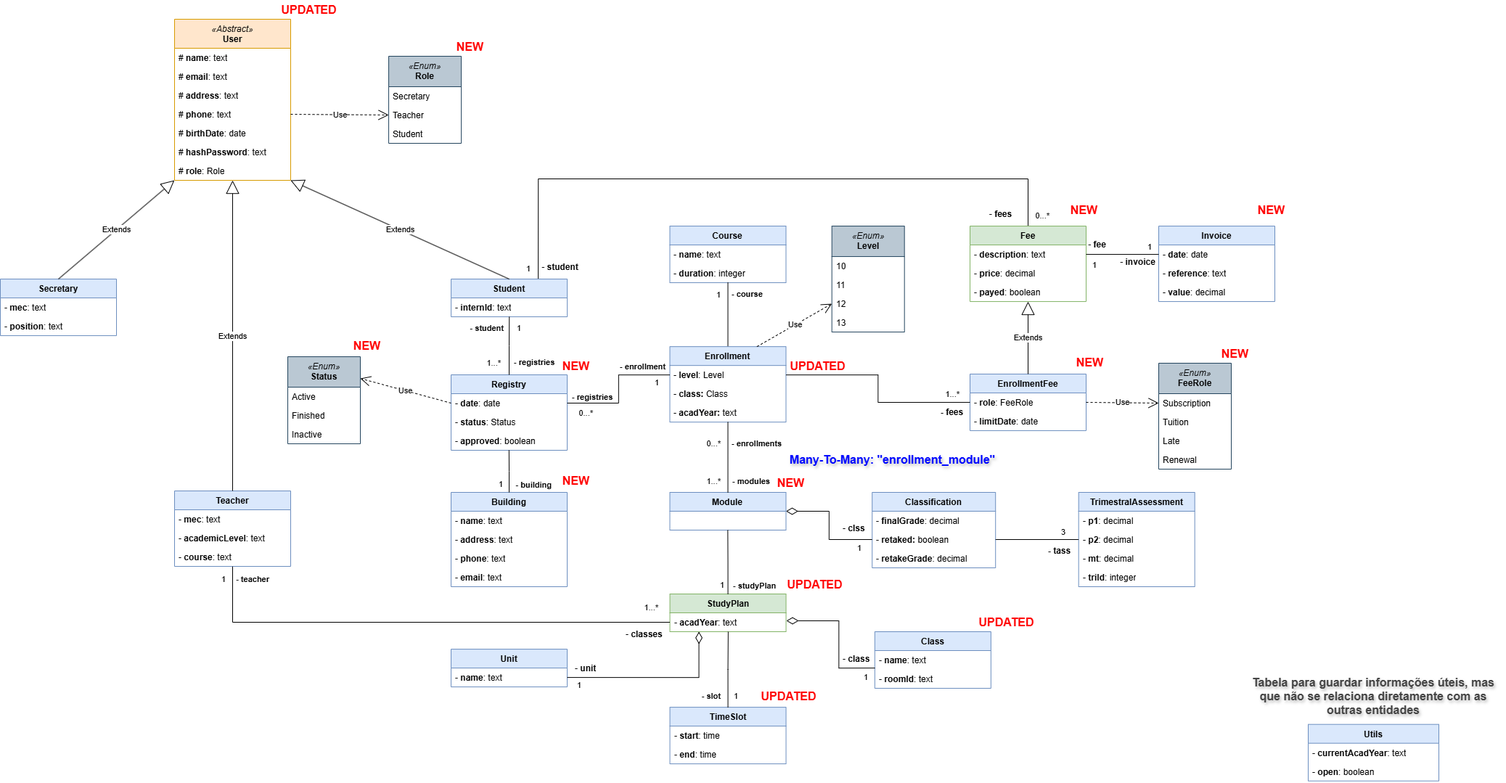
Before: documentation/data-model.drawio.png, a diagram exported from draw.io (Joaquim-Claudio/Imptel-Online_P.D.S-2024-2025). Source tidied: cells renumbered, new cells last; positions are measured from the earlier drawing's top-left corner, leaving out a move shared by most shapes.
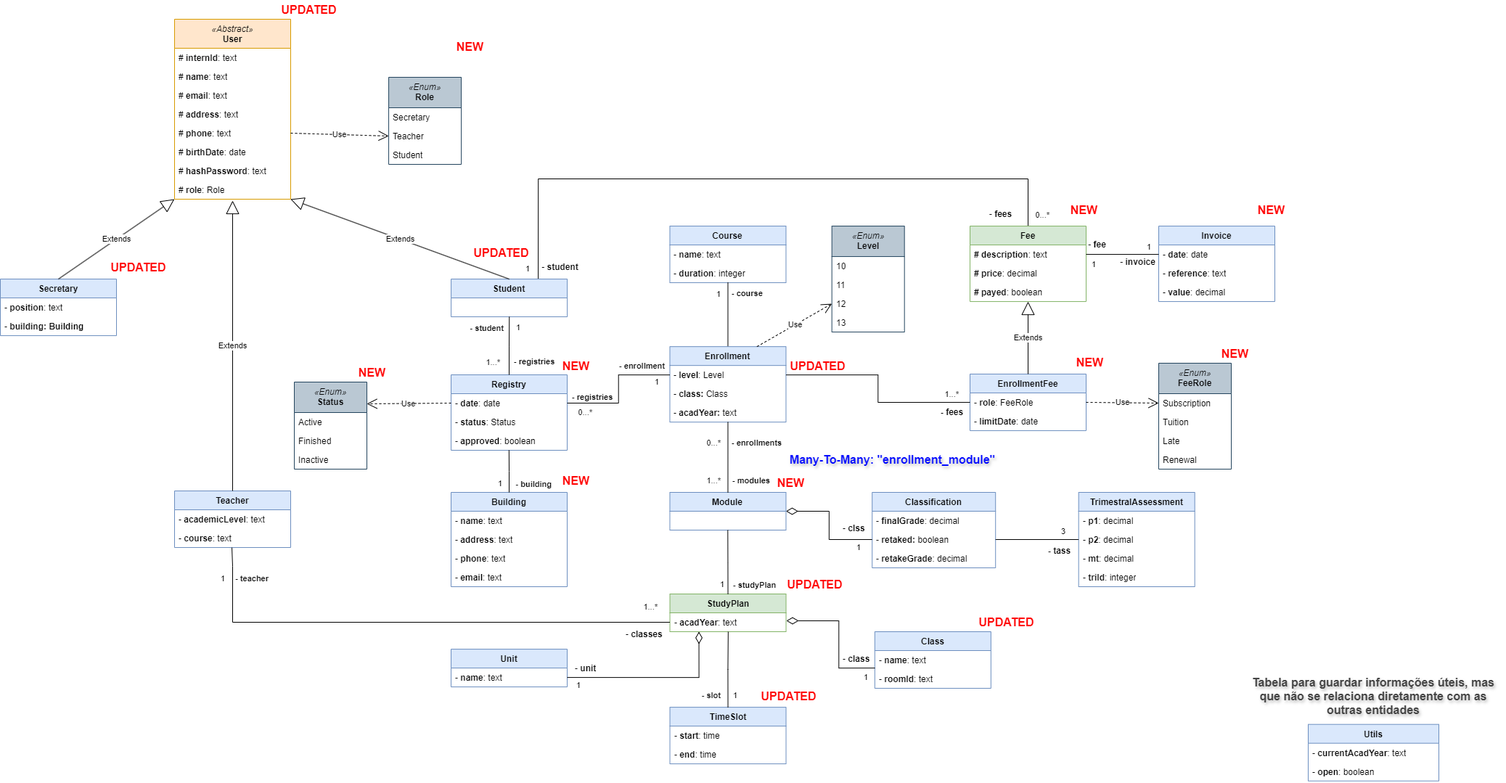
The same diagram one commit later.

The edit, as a diff of the source:
```diff
@@ -3,38 +3,41 @@
     <mxCell id="0" />
     <mxCell id="1" parent="0" />
     <mxCell id="2" value="&lt;div&gt;&lt;i style=&quot;font-weight: normal;&quot;&gt;«Abstract»&lt;/i&gt;&lt;/div&gt;User" style="swimlane;fontStyle=1;align=center;verticalAlign=top;horizontal=1;startSize=40;whiteSpace=wrap;html=1;fillColor=#ffe6cc;strokeColor=#d79b00;" parent="1" vertex="1">
-      <mxGeometry x="240" y="26" width="160" height="222" as="geometry" />
+      <mxGeometry x="240" y="26" width="160" height="248" as="geometry" />
     </mxCell>
+    <mxCell id="168" value="#&lt;b&gt; internId&lt;/b&gt;: text" style="text;strokeColor=none;fillColor=none;align=left;verticalAlign=top;spacingLeft=4;spacingRight=4;overflow=hidden;whiteSpace=wrap;html=1;" parent="2" vertex="1">
+      <mxGeometry y="40" width="160" height="26" as="geometry" />
+    </mxCell>
     <mxCell id="3" value="# &lt;b&gt;name&lt;/b&gt;: text" style="text;strokeColor=none;fillColor=none;align=left;verticalAlign=top;spacingLeft=4;spacingRight=4;overflow=hidden;whiteSpace=wrap;html=1;" parent="2" vertex="1">
-      <mxGeometry y="40" width="160" height="26" as="geometry" />
+      <mxGeometry y="66" width="160" height="26" as="geometry" />
     </mxCell>
     <mxCell id="4" value="# &lt;b&gt;email&lt;/b&gt;: text" style="text;strokeColor=none;fillColor=none;align=left;verticalAlign=top;spacingLeft=4;spacingRight=4;overflow=hidden;whiteSpace=wrap;html=1;" parent="2" vertex="1">
-      <mxGeometry y="66" width="160" height="26" as="geometry" />
+      <mxGeometry y="92" width="160" height="26" as="geometry" />
     </mxCell>
     <mxCell id="5" value="# &lt;b&gt;address&lt;/b&gt;: text" style="text;strokeColor=none;fillColor=none;align=left;verticalAlign=top;spacingLeft=4;spacingRight=4;overflow=hidden;whiteSpace=wrap;html=1;" parent="2" vertex="1">
-      <mxGeometry y="92" width="160" height="26" as="geometry" />
+      <mxGeometry y="118" width="160" height="26" as="geometry" />
     </mxCell>
     <mxCell id="6" value="# &lt;b&gt;phone&lt;/b&gt;: text" style="text;strokeColor=none;fillColor=none;align=left;verticalAlign=top;spacingLeft=4;spacingRight=4;overflow=hidden;points=[[0,0.5],[1,0.5]];portConstraint=eastwest;whiteSpace=wrap;html=1;" parent="2" vertex="1">
-      <mxGeometry y="118" width="160" height="26" as="geometry" />
+      <mxGeometry y="144" width="160" height="26" as="geometry" />
     </mxCell>
     <mxCell id="7" value="# &lt;b&gt;birthDate&lt;/b&gt;: date" style="text;strokeColor=none;fillColor=none;align=left;verticalAlign=top;spacingLeft=4;spacingRight=4;overflow=hidden;whiteSpace=wrap;html=1;" parent="2" vertex="1">
-      <mxGeometry y="144" width="160" height="26" as="geometry" />
+      <mxGeometry y="170" width="160" height="26" as="geometry" />
     </mxCell>
     <mxCell id="8" value="# &lt;b&gt;hashPassword&lt;/b&gt;: text" style="text;strokeColor=none;fillColor=none;align=left;verticalAlign=top;spacingLeft=4;spacingRight=4;overflow=hidden;whiteSpace=wrap;html=1;" parent="2" vertex="1">
-      <mxGeometry y="170" width="160" height="26" as="geometry" />
+      <mxGeometry y="196" width="160" height="26" as="geometry" />
     </mxCell>
     <mxCell id="9" value="# &lt;b&gt;role&lt;/b&gt;: Role" style="text;strokeColor=none;fillColor=none;align=left;verticalAlign=top;spacingLeft=4;spacingRight=4;overflow=hidden;points=[[0,0.5],[1,0.5]];portConstraint=eastwest;whiteSpace=wrap;html=1;" parent="2" vertex="1">
-      <mxGeometry y="196" width="160" height="26" as="geometry" />
+      <mxGeometry y="222" width="160" height="26" as="geometry" />
     </mxCell>
     <mxCell id="10" value="Secretary" style="swimlane;fontStyle=1;align=center;verticalAlign=top;horizontal=1;startSize=26;whiteSpace=wrap;html=1;fillColor=#dae8fc;strokeColor=#6c8ebf;" parent="1" vertex="1">
       <mxGeometry y="384.1" width="160" height="78" as="geometry" />
     </mxCell>
-    <mxCell id="11" value="- &lt;b&gt;mec&lt;/b&gt;: text" style="text;strokeColor=none;fillColor=none;align=left;verticalAlign=top;spacingLeft=4;spacingRight=4;overflow=hidden;whiteSpace=wrap;html=1;" parent="10" vertex="1">
-      <mxGeometry y="26" width="160" height="26" as="geometry" />
-    </mxCell>
     <mxCell id="12" value="- &lt;b&gt;position&lt;/b&gt;: text" style="text;strokeColor=none;fillColor=none;align=left;verticalAlign=top;spacingLeft=4;spacingRight=4;overflow=hidden;whiteSpace=wrap;html=1;" parent="10" vertex="1">
-      <mxGeometry y="52" width="160" height="26" as="geometry" />
+      <mxGeometry y="26" width="160" height="26" as="geometry" />
     </mxCell>
+    <mxCell id="169" value="- &lt;b&gt;building: Building&lt;/b&gt;" style="text;strokeColor=none;fillColor=none;align=left;verticalAlign=top;spacingLeft=4;spacingRight=4;overflow=hidden;whiteSpace=wrap;html=1;" parent="10" vertex="1">
+      <mxGeometry y="52" width="160" height="26" as="geometry" />
+    </mxCell>
     <mxCell id="13" style="edgeStyle=orthogonalEdgeStyle;rounded=0;jettySize=auto;html=1;exitX=0.75;exitY=0;exitDx=0;exitDy=0;entryX=0.5;entryY=0;entryDx=0;entryDy=0;endArrow=none;endFill=0;" parent="1" edge="1" source="14" target="116">
       <mxGeometry relative="1" as="geometry">
         <Array as="points">
@@ -46,20 +49,14 @@
     <mxCell id="14" value="Student" style="swimlane;fontStyle=1;align=center;verticalAlign=top;horizontal=1;startSize=26;whiteSpace=wrap;html=1;fillColor=#dae8fc;strokeColor=#6c8ebf;" parent="1" vertex="1">
       <mxGeometry x="621.1" y="384.1" width="160" height="52" as="geometry" />
     </mxCell>
-    <mxCell id="15" value="-&lt;b&gt; internId&lt;/b&gt;: text" style="text;strokeColor=none;fillColor=none;align=left;verticalAlign=top;spacingLeft=4;spacingRight=4;overflow=hidden;points=[[0,0.5],[1,0.5]];portConstraint=eastwest;whiteSpace=wrap;html=1;" parent="14" vertex="1">
-      <mxGeometry y="26" width="160" height="26" as="geometry" />
-    </mxCell>
     <mxCell id="16" value="Teacher" style="swimlane;fontStyle=1;align=center;verticalAlign=top;horizontal=1;startSize=26;whiteSpace=wrap;html=1;fillColor=#dae8fc;strokeColor=#6c8ebf;" parent="1" vertex="1">
-      <mxGeometry x="240" y="676" width="160" height="104" as="geometry" />
+      <mxGeometry x="240" y="676" width="160" height="78" as="geometry" />
     </mxCell>
-    <mxCell id="17" value="- &lt;b&gt;mec&lt;/b&gt;: text&amp;nbsp;" style="text;strokeColor=none;fillColor=none;align=left;verticalAlign=top;spacingLeft=4;spacingRight=4;overflow=hidden;whiteSpace=wrap;html=1;" parent="16" vertex="1">
-      <mxGeometry y="26" width="160" height="26" as="geometry" />
-    </mxCell>
     <mxCell id="18" value="- &lt;b&gt;academicLevel&lt;/b&gt;: text&amp;nbsp;" style="text;strokeColor=none;fillColor=none;align=left;verticalAlign=top;spacingLeft=4;spacingRight=4;overflow=hidden;whiteSpace=wrap;html=1;" parent="16" vertex="1">
-      <mxGeometry y="52" width="160" height="26" as="geometry" />
+      <mxGeometry y="26" width="160" height="26" as="geometry" />
     </mxCell>
     <mxCell id="19" value="- &lt;b&gt;course&lt;/b&gt;: text&amp;nbsp;" style="text;strokeColor=none;fillColor=none;align=left;verticalAlign=top;spacingLeft=4;spacingRight=4;overflow=hidden;points=[[0,0.5],[1,0.5]];portConstraint=eastwest;whiteSpace=wrap;html=1;" parent="16" vertex="1">
-      <mxGeometry y="78" width="160" height="26" as="geometry" />
+      <mxGeometry y="52" width="160" height="26" as="geometry" />
     </mxCell>
     <mxCell id="20" value="StudyPlan" style="swimlane;fontStyle=1;align=center;verticalAlign=top;horizontal=1;startSize=26;whiteSpace=wrap;html=1;fillColor=#d5e8d4;strokeColor=#82b366;" parent="1" vertex="1">
       <mxGeometry x="922.5" y="818" width="160" height="52" as="geometry" />
@@ -112,8 +109,10 @@
     <mxCell id="36" value="Extends" style="endArrow=block;endSize=16;endFill=0;html=1;rounded=0;exitX=0.5;exitY=0;exitDx=0;exitDy=0;entryX=0.999;entryY=1;entryDx=0;entryDy=0;entryPerimeter=0;" parent="1" edge="1" source="14" target="9">
       <mxGeometry relative="1" as="geometry" />
     </mxCell>
-    <mxCell id="37" value="Extends" style="endArrow=block;endSize=16;endFill=0;html=1;rounded=0;exitX=0.5;exitY=0;exitDx=0;exitDy=0;entryX=0.5;entryY=1.003;entryDx=0;entryDy=0;entryPerimeter=0;" parent="1" edge="1" source="16" target="9">
-      <mxGeometry relative="1" as="geometry" />
+    <mxCell id="37" value="Extends" style="endArrow=block;endSize=16;endFill=0;html=1;rounded=0;exitX=0.5;exitY=0;exitDx=0;exitDy=0;" parent="1" edge="1" source="16">
+      <mxGeometry relative="1" as="geometry">
+        <mxPoint x="320" y="276" as="targetPoint" />
+      </mxGeometry>
     </mxCell>
     <mxCell id="38" value="Classification" style="swimlane;fontStyle=1;align=center;verticalAlign=top;horizontal=1;startSize=26;whiteSpace=wrap;html=1;fillColor=#dae8fc;strokeColor=#6c8ebf;" parent="1" vertex="1">
       <mxGeometry x="1201.2" y="678" width="170" height="104" as="geometry" />
@@ -216,8 +215,10 @@
     <mxCell id="70" value="0...*" style="edgeLabel;html=1;align=right;verticalAlign=bottom;" parent="1" vertex="1">
       <mxGeometry x="816" y="576" as="geometry" />
     </mxCell>
-    <mxCell id="71" style="endArrow=none;html=1;edgeStyle=orthogonalEdgeStyle;rounded=0;entryX=0.501;entryY=1.001;entryDx=0;entryDy=0;entryPerimeter=0;exitX=0.5;exitY=0;exitDx=0;exitDy=0;" parent="1" edge="1" source="66" target="15">
-      <mxGeometry relative="1" as="geometry" />
+    <mxCell id="71" style="endArrow=none;html=1;edgeStyle=orthogonalEdgeStyle;rounded=0;entryX=0.501;entryY=1.001;entryDx=0;entryDy=0;entryPerimeter=0;exitX=0.5;exitY=0;exitDx=0;exitDy=0;" parent="1" edge="1" source="66">
+      <mxGeometry relative="1" as="geometry">
+        <mxPoint x="701.2" y="436.1" as="targetPoint" />
+      </mxGeometry>
     </mxCell>
     <mxCell id="72" value="- &lt;b&gt;registries&lt;/b&gt;" style="edgeLabel;html=1;align=left;verticalAlign=bottom;" parent="71" vertex="1">
       <mxGeometry x="-1" relative="1" as="geometry">
@@ -268,7 +269,7 @@
       <mxGeometry x="997.5" y="813" as="geometry" />
     </mxCell>
     <mxCell id="84" value="&lt;div&gt;&lt;i style=&quot;font-weight: normal;&quot;&gt;«Enum»&lt;/i&gt;&lt;/div&gt;&lt;div&gt;&lt;span style=&quot;text-align: left;&quot;&gt;Role&lt;/span&gt;&lt;/div&gt;" style="swimlane;fontStyle=1;align=center;verticalAlign=top;horizontal=1;startSize=42;whiteSpace=wrap;html=1;fillColor=#bac8d3;strokeColor=#23445d;" parent="1" vertex="1">
-      <mxGeometry x="535.1" y="77" width="100" height="120" as="geometry" />
+      <mxGeometry x="535.1" y="106" width="100" height="120" as="geometry" />
     </mxCell>
     <mxCell id="85" value="Secretary" style="text;strokeColor=none;fillColor=none;align=left;verticalAlign=top;spacingLeft=4;spacingRight=4;overflow=hidden;whiteSpace=wrap;html=1;" parent="84" vertex="1">
       <mxGeometry y="42" width="100" height="26" as="geometry" />
@@ -378,13 +379,13 @@
     <mxCell id="116" value="Fee" style="swimlane;fontStyle=1;align=center;verticalAlign=top;horizontal=1;startSize=26;whiteSpace=wrap;html=1;fillColor=#d5e8d4;strokeColor=#82b366;" parent="1" vertex="1">
       <mxGeometry x="1336" y="311.1" width="160" height="104" as="geometry" />
     </mxCell>
-    <mxCell id="117" value="- &lt;b&gt;description&lt;/b&gt;: text" style="text;strokeColor=none;fillColor=none;align=left;verticalAlign=top;spacingLeft=4;spacingRight=4;overflow=hidden;points=[[0,0.5],[1,0.5]];portConstraint=eastwest;whiteSpace=wrap;html=1;" parent="116" vertex="1">
+    <mxCell id="117" value="&lt;b&gt;# description&lt;/b&gt;: text" style="text;strokeColor=none;fillColor=none;align=left;verticalAlign=top;spacingLeft=4;spacingRight=4;overflow=hidden;points=[[0,0.5],[1,0.5]];portConstraint=eastwest;whiteSpace=wrap;html=1;" parent="116" vertex="1">
       <mxGeometry y="26" width="160" height="26" as="geometry" />
     </mxCell>
-    <mxCell id="118" value="- &lt;b&gt;price&lt;/b&gt;: decimal" style="text;strokeColor=none;fillColor=none;align=left;verticalAlign=top;spacingLeft=4;spacingRight=4;overflow=hidden;whiteSpace=wrap;html=1;" parent="116" vertex="1">
+    <mxCell id="118" value="&lt;b&gt;# price&lt;/b&gt;: decimal" style="text;strokeColor=none;fillColor=none;align=left;verticalAlign=top;spacingLeft=4;spacingRight=4;overflow=hidden;whiteSpace=wrap;html=1;" parent="116" vertex="1">
       <mxGeometry y="52" width="160" height="26" as="geometry" />
     </mxCell>
-    <mxCell id="119" value="- &lt;b&gt;payed&lt;/b&gt;: boolean" style="text;strokeColor=none;fillColor=none;align=left;verticalAlign=top;spacingLeft=4;spacingRight=4;overflow=hidden;whiteSpace=wrap;html=1;" parent="116" vertex="1">
+    <mxCell id="119" value="&lt;b&gt;# payed&lt;/b&gt;: boolean" style="text;strokeColor=none;fillColor=none;align=left;verticalAlign=top;spacingLeft=4;spacingRight=4;overflow=hidden;whiteSpace=wrap;html=1;" parent="116" vertex="1">
       <mxGeometry y="78" width="160" height="26" as="geometry" />
     </mxCell>
     <mxCell id="120" value="Invoice" style="swimlane;fontStyle=1;align=center;verticalAlign=top;horizontal=1;startSize=26;whiteSpace=wrap;html=1;fillColor=#dae8fc;strokeColor=#6c8ebf;" parent="1" vertex="1">
@@ -460,7 +461,7 @@
       <mxGeometry x="1082.5" y="620" width="293.5" height="26" as="geometry" />
     </mxCell>
     <mxCell id="144" value="&lt;div&gt;&lt;i style=&quot;font-weight: normal;&quot;&gt;«Enum»&lt;/i&gt;&lt;/div&gt;&lt;div style=&quot;&quot;&gt;Status&lt;/div&gt;" style="swimlane;fontStyle=1;align=center;verticalAlign=top;horizontal=1;startSize=42;whiteSpace=wrap;html=1;fillColor=#bac8d3;strokeColor=#23445d;" parent="1" vertex="1">
-      <mxGeometry x="396" y="491.1" width="100" height="120" as="geometry" />
+      <mxGeometry x="405" y="526" width="100" height="120" as="geometry" />
     </mxCell>
     <mxCell id="145" value="Active" style="text;strokeColor=none;fillColor=none;align=left;verticalAlign=top;spacingLeft=4;spacingRight=4;overflow=hidden;whiteSpace=wrap;html=1;" parent="144" vertex="1">
       <mxGeometry y="42" width="100" height="26" as="geometry" />
@@ -475,7 +476,7 @@
       <mxGeometry relative="1" as="geometry" />
     </mxCell>
     <mxCell id="149" value="NEW" style="text;align=center;fontStyle=1;verticalAlign=middle;spacingLeft=3;spacingRight=3;html=1;fontColor=#ff0000;fontSize=16;" parent="1" vertex="1">
-      <mxGeometry x="482" y="463" width="45.2" height="26" as="geometry" />
+      <mxGeometry x="489.9" y="500" width="45.2" height="26" as="geometry" />
     </mxCell>
     <mxCell id="150" value="&lt;div&gt;&lt;i style=&quot;font-weight: normal;&quot;&gt;«Enum»&lt;/i&gt;&lt;/div&gt;&lt;div&gt;&lt;span style=&quot;text-align: left;&quot;&gt;FeeRole&lt;/span&gt;&lt;/div&gt;" style="swimlane;fontStyle=1;align=center;verticalAlign=top;horizontal=1;startSize=42;whiteSpace=wrap;html=1;fillColor=#bac8d3;strokeColor=#23445d;" parent="1" vertex="1">
       <mxGeometry x="1596" y="500" width="100" height="146" as="geometry" />
@@ -533,5 +534,11 @@
         <mxPoint x="-95" y="-146" as="offset" />
       </mxGeometry>
     </mxCell>
+    <mxCell id="170" value="UPDATED" style="text;align=center;fontStyle=1;verticalAlign=middle;spacingLeft=3;spacingRight=3;html=1;fontColor=#ff0000;fontSize=16;" parent="1" vertex="1">
+      <mxGeometry x="150" y="355.1" width="80.3" height="26" as="geometry" />
+    </mxCell>
+    <mxCell id="171" value="UPDATED" style="text;align=center;fontStyle=1;verticalAlign=middle;spacingLeft=3;spacingRight=3;html=1;fontColor=#ff0000;fontSize=16;" parent="1" vertex="1">
+      <mxGeometry x="649.7" y="334.7" width="80.3" height="26" as="geometry" />
+    </mxCell>
   </root>
 </mxGraphModel>
```
